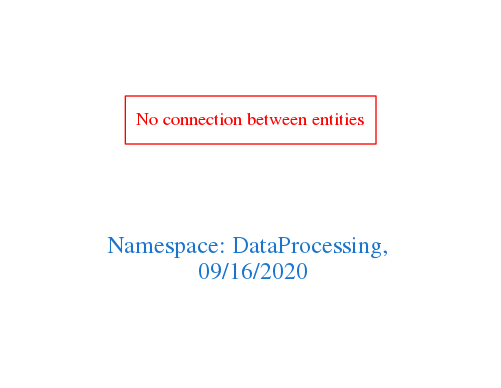
arago/OGIT keeps this Graphviz diagram as downloads/DataProcessing.png. Above is the earlier version. Its source is kept beside it as downloads/DataProcessing.dot.
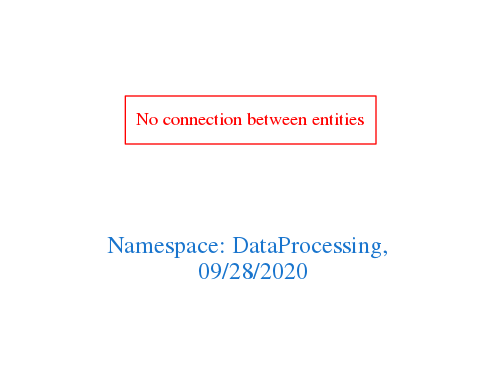
Later version of the same file.

Diff of the diagram source:
```diff
@@ -1,7 +1,7 @@
 digraph OGIT_ontology {
  graph [ rankdir= LR,pad=1
 fontsize = 18,
-fontcolor= dodgerblue3,label = "\n\n\nNamespace: DataProcessing, \n 09/16/2020"];
+fontcolor= dodgerblue3,label = "\n\n\nNamespace: DataProcessing, \n 09/28/2020"];
 node[shape=polygon];
 edge [  color="gray81"];
 
```
